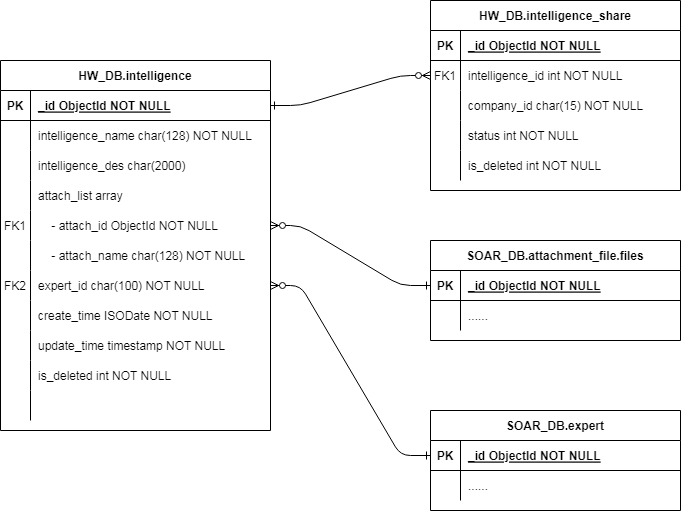
Before: shared_intelligence.drawio.png, a diagram exported from draw.io (qiuliangbin/draw.io). Source tidied: cells renumbered, new cells last; positions are measured from the earlier drawing's top-left corner, leaving out a move shared by most shapes.
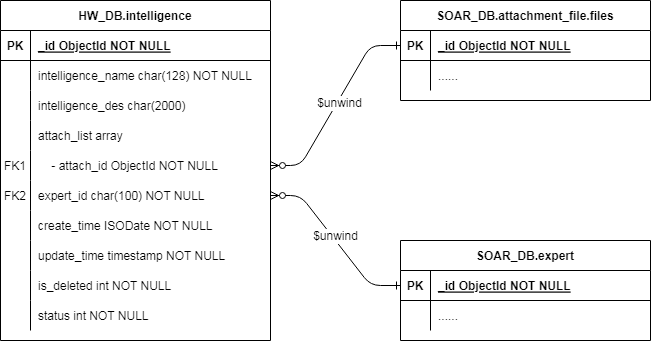
After the commit.

What changed in the source:
```diff
@@ -2,59 +2,8 @@
   <root>
     <mxCell id="0" />
     <mxCell id="1" parent="0" />
-    <mxCell id="2" style="edgeStyle=entityRelationEdgeStyle;endArrow=ERzeroToMany;startArrow=ERone;endFill=1;startFill=0;" parent="1" edge="1" source="20" target="7">
-      <mxGeometry relative="1" as="geometry" />
-    </mxCell>
-    <mxCell id="3" value="HW_DB.intelligence_share" style="shape=table;startSize=30;rowLines=0;fontStyle=1;align=center;" parent="1" vertex="1">
-      <mxGeometry x="430" width="250" height="190" as="geometry" />
-    </mxCell>
-    <mxCell id="4" style="shape=partialRectangle;fillColor=none;top=0;left=0;right=0;bottom=1;" parent="3" vertex="1">
-      <mxGeometry y="30" width="250" height="30" as="geometry" />
-    </mxCell>
-    <mxCell id="5" value="PK" style="shape=partialRectangle;overflow=hidden;fillColor=none;top=0;left=0;bottom=0;right=0;fontStyle=1;" parent="4" vertex="1">
-      <mxGeometry width="30" height="30" as="geometry" />
-    </mxCell>
-    <mxCell id="6" value="_id ObjectId NOT NULL " style="shape=partialRectangle;overflow=hidden;fillColor=none;top=0;left=0;bottom=0;right=0;align=left;spacingLeft=6;fontStyle=5;" parent="4" vertex="1">
-      <mxGeometry x="30" width="220" height="30" as="geometry" />
-    </mxCell>
-    <mxCell id="7" style="shape=partialRectangle;fillColor=none;points=[[0,0.5],[1,0.5]];portConstraint=eastwest;top=0;left=0;right=0;bottom=0;" parent="3" vertex="1">
-      <mxGeometry y="60" width="250" height="30" as="geometry" />
-    </mxCell>
-    <mxCell id="8" value="FK1" style="shape=partialRectangle;overflow=hidden;fillColor=none;top=0;left=0;bottom=0;right=0;" parent="7" vertex="1">
-      <mxGeometry width="30" height="30" as="geometry" />
-    </mxCell>
-    <mxCell id="9" value="intelligence_id int NOT NULL" style="shape=partialRectangle;overflow=hidden;fillColor=none;top=0;left=0;bottom=0;right=0;align=left;spacingLeft=6;" parent="7" vertex="1">
-      <mxGeometry x="30" width="220" height="30" as="geometry" />
-    </mxCell>
-    <mxCell id="10" style="shape=partialRectangle;fillColor=none;top=0;left=0;right=0;bottom=0;" parent="3" vertex="1">
-      <mxGeometry y="90" width="250" height="30" as="geometry" />
-    </mxCell>
-    <mxCell id="11" style="shape=partialRectangle;overflow=hidden;fillColor=none;top=0;left=0;bottom=0;right=0;" parent="10" vertex="1">
-      <mxGeometry width="30" height="30" as="geometry" />
-    </mxCell>
-    <mxCell id="12" value="company_id char(15) NOT NULL" style="shape=partialRectangle;overflow=hidden;fillColor=none;top=0;left=0;bottom=0;right=0;align=left;spacingLeft=6;" parent="10" vertex="1">
-      <mxGeometry x="30" width="220" height="30" as="geometry" />
-    </mxCell>
-    <mxCell id="13" style="shape=partialRectangle;fillColor=none;top=0;left=0;right=0;bottom=0;" parent="3" vertex="1">
-      <mxGeometry y="120" width="250" height="30" as="geometry" />
-    </mxCell>
-    <mxCell id="14" style="shape=partialRectangle;overflow=hidden;fillColor=none;top=0;left=0;bottom=0;right=0;" parent="13" vertex="1">
-      <mxGeometry width="30" height="30" as="geometry" />
-    </mxCell>
-    <mxCell id="15" value="status int NOT NULL" style="shape=partialRectangle;overflow=hidden;fillColor=none;top=0;left=0;bottom=0;right=0;align=left;spacingLeft=6;" parent="13" vertex="1">
-      <mxGeometry x="30" width="220" height="30" as="geometry" />
-    </mxCell>
-    <mxCell id="16" style="shape=partialRectangle;fillColor=none;top=0;left=0;right=0;bottom=0;" parent="3" vertex="1">
-      <mxGeometry y="150" width="250" height="30" as="geometry" />
-    </mxCell>
-    <mxCell id="17" style="shape=partialRectangle;overflow=hidden;fillColor=none;top=0;left=0;bottom=0;right=0;" parent="16" vertex="1">
-      <mxGeometry width="30" height="30" as="geometry" />
-    </mxCell>
-    <mxCell id="18" value="is_deleted int NOT NULL" style="shape=partialRectangle;overflow=hidden;fillColor=none;top=0;left=0;bottom=0;right=0;align=left;spacingLeft=6;" parent="16" vertex="1">
-      <mxGeometry x="30" width="220" height="30" as="geometry" />
-    </mxCell>
     <mxCell id="19" value="HW_DB.intelligence" style="shape=table;startSize=30;rowLines=0;fontStyle=1;align=center;" parent="1" vertex="1">
-      <mxGeometry y="60" width="270" height="370" as="geometry" />
+      <mxGeometry y="60" width="270" height="340" as="geometry" />
     </mxCell>
     <mxCell id="20" style="shape=partialRectangle;fillColor=none;points=[[0,0.5],[1,0.5]];portConstraint=eastwest;top=0;left=0;right=0;bottom=1;" parent="19" vertex="1">
       <mxGeometry y="30" width="270" height="30" as="geometry" />
@@ -101,17 +50,8 @@
     <mxCell id="34" value="    - attach_id ObjectId NOT NULL" style="shape=partialRectangle;overflow=hidden;fillColor=none;top=0;left=0;bottom=0;right=0;align=left;spacingLeft=6;" parent="32" vertex="1">
       <mxGeometry x="30" width="240" height="30" as="geometry" />
     </mxCell>
-    <mxCell id="35" style="shape=partialRectangle;fillColor=none;top=0;left=0;right=0;bottom=0;" parent="19" vertex="1">
-      <mxGeometry y="180" width="270" height="30" as="geometry" />
-    </mxCell>
-    <mxCell id="36" style="shape=partialRectangle;overflow=hidden;fillColor=none;top=0;left=0;bottom=0;right=0;" parent="35" vertex="1">
-      <mxGeometry width="30" height="30" as="geometry" />
-    </mxCell>
-    <mxCell id="37" value="    - attach_name char(128) NOT NULL" style="shape=partialRectangle;overflow=hidden;fillColor=none;top=0;left=0;bottom=0;right=0;align=left;spacingLeft=6;" parent="35" vertex="1">
-      <mxGeometry x="30" width="240" height="30" as="geometry" />
-    </mxCell>
     <mxCell id="38" style="shape=partialRectangle;fillColor=none;points=[[0,0.5],[1,0.5]];portConstraint=eastwest;top=0;left=0;right=0;bottom=0;" parent="19" vertex="1">
-      <mxGeometry y="210" width="270" height="30" as="geometry" />
+      <mxGeometry y="180" width="270" height="30" as="geometry" />
     </mxCell>
     <mxCell id="39" value="FK2" style="shape=partialRectangle;overflow=hidden;fillColor=none;top=0;left=0;bottom=0;right=0;" parent="38" vertex="1">
       <mxGeometry width="30" height="30" as="geometry" />
@@ -120,7 +60,7 @@
       <mxGeometry x="30" width="240" height="30" as="geometry" />
     </mxCell>
     <mxCell id="41" style="shape=partialRectangle;fillColor=none;top=0;left=0;right=0;bottom=0;" parent="19" vertex="1">
-      <mxGeometry y="240" width="270" height="30" as="geometry" />
+      <mxGeometry y="210" width="270" height="30" as="geometry" />
     </mxCell>
     <mxCell id="42" style="shape=partialRectangle;overflow=hidden;fillColor=none;top=0;left=0;bottom=0;right=0;" parent="41" vertex="1">
       <mxGeometry width="30" height="30" as="geometry" />
@@ -129,7 +69,7 @@
       <mxGeometry x="30" width="240" height="30" as="geometry" />
     </mxCell>
     <mxCell id="44" style="shape=partialRectangle;fillColor=none;top=0;left=0;right=0;bottom=0;" parent="19" vertex="1">
-      <mxGeometry y="270" width="270" height="30" as="geometry" />
+      <mxGeometry y="240" width="270" height="30" as="geometry" />
     </mxCell>
     <mxCell id="45" style="shape=partialRectangle;overflow=hidden;fillColor=none;top=0;left=0;bottom=0;right=0;" parent="44" vertex="1">
       <mxGeometry width="30" height="30" as="geometry" />
@@ -138,7 +78,7 @@
       <mxGeometry x="30" width="240" height="30" as="geometry" />
     </mxCell>
     <mxCell id="47" style="shape=partialRectangle;fillColor=none;top=0;left=0;right=0;bottom=0;" parent="19" vertex="1">
-      <mxGeometry y="300" width="270" height="30" as="geometry" />
+      <mxGeometry y="270" width="270" height="30" as="geometry" />
     </mxCell>
     <mxCell id="48" style="shape=partialRectangle;overflow=hidden;fillColor=none;top=0;left=0;bottom=0;right=0;" parent="47" vertex="1">
       <mxGeometry width="30" height="30" as="geometry" />
@@ -147,16 +87,16 @@
       <mxGeometry x="30" width="240" height="30" as="geometry" />
     </mxCell>
     <mxCell id="50" style="shape=partialRectangle;fillColor=none;top=0;left=0;right=0;bottom=0;" parent="19" vertex="1">
-      <mxGeometry y="330" width="270" height="30" as="geometry" />
+      <mxGeometry y="300" width="270" height="30" as="geometry" />
     </mxCell>
     <mxCell id="51" style="shape=partialRectangle;overflow=hidden;fillColor=none;top=0;left=0;bottom=0;right=0;" parent="50" vertex="1">
       <mxGeometry width="30" height="30" as="geometry" />
     </mxCell>
-    <mxCell id="52" style="shape=partialRectangle;overflow=hidden;fillColor=none;top=0;left=0;bottom=0;right=0;align=left;spacingLeft=6;" parent="50" vertex="1">
+    <mxCell id="52" value="status int NOT NULL" style="shape=partialRectangle;overflow=hidden;fillColor=none;top=0;left=0;bottom=0;right=0;align=left;spacingLeft=6;" parent="50" vertex="1">
       <mxGeometry x="30" width="240" height="30" as="geometry" />
     </mxCell>
     <mxCell id="53" value="SOAR_DB.attachment_file.files" style="shape=table;startSize=30;rowLines=0;fontStyle=1;align=center;" parent="1" vertex="1">
-      <mxGeometry x="430" y="240" width="250" height="100" as="geometry" />
+      <mxGeometry x="400" y="60" width="250" height="100" as="geometry" />
     </mxCell>
     <mxCell id="54" style="shape=partialRectangle;fillColor=none;points=[[0,0.5],[1,0.5]];portConstraint=eastwest;top=0;left=0;right=0;bottom=1;" parent="53" vertex="1">
       <mxGeometry y="30" width="250" height="30" as="geometry" />
@@ -179,8 +119,11 @@
     <mxCell id="60" style="edgeStyle=entityRelationEdgeStyle;endArrow=ERzeroToMany;startArrow=ERone;endFill=1;startFill=0;entryX=1;entryY=0.5;entryDx=0;entryDy=0;exitX=0;exitY=0.5;exitDx=0;exitDy=0;" parent="1" edge="1" source="54" target="32">
       <mxGeometry relative="1" as="geometry" />
     </mxCell>
+    <mxCell id="69" value="$unwind" style="edgeLabel;html=1;align=center;verticalAlign=middle;" parent="60" vertex="1">
+      <mxGeometry x="-0.05" y="2" relative="1" as="geometry" />
+    </mxCell>
     <mxCell id="61" value="SOAR_DB.expert" style="shape=table;startSize=30;rowLines=0;fontStyle=1;align=center;" parent="1" vertex="1">
-      <mxGeometry x="430" y="410" width="250" height="100" as="geometry" />
+      <mxGeometry x="400" y="300" width="250" height="100" as="geometry" />
     </mxCell>
     <mxCell id="62" style="shape=partialRectangle;fillColor=none;points=[[0,0.5],[1,0.5]];portConstraint=eastwest;top=0;left=0;right=0;bottom=1;" parent="61" vertex="1">
       <mxGeometry y="30" width="250" height="30" as="geometry" />
@@ -203,5 +146,8 @@
     <mxCell id="68" style="edgeStyle=entityRelationEdgeStyle;endArrow=ERzeroToMany;startArrow=ERone;endFill=1;startFill=0;entryX=1;entryY=0.5;entryDx=0;entryDy=0;exitX=0;exitY=0.5;exitDx=0;exitDy=0;" parent="1" edge="1" source="62" target="38">
       <mxGeometry relative="1" as="geometry" />
     </mxCell>
+    <mxCell id="70" value="$unwind" style="edgeLabel;html=1;align=center;verticalAlign=middle;" parent="68" vertex="1">
+      <mxGeometry x="0.05" y="-3" relative="1" as="geometry" />
+    </mxCell>
   </root>
 </mxGraphModel>
```
